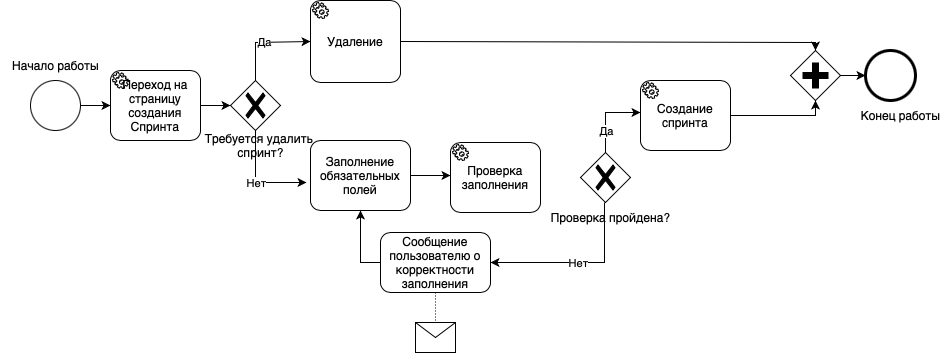
DibrovDru/Architecture.1 keeps this draw.io diagram as images/CreateSprint.png. Above is the earlier version. Source tidied: cells renumbered, new cells last; positions are measured from the earlier drawing's top-left corner, leaving out a move shared by most shapes.
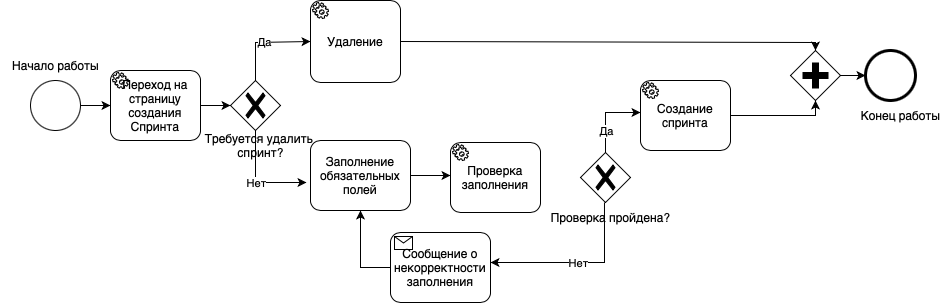
Above is the later version.

The edit, as a diff of the source:
```diff
@@ -89,19 +89,10 @@
     <mxCell id="22" value="Нет" style="edgeLabel;html=1;align=center;verticalAlign=middle;" parent="21" vertex="1">
       <mxGeometry relative="1" as="geometry" />
     </mxCell>
-    <mxCell id="23" style="shape=message;html=1;" parent="1" vertex="1">
-      <mxGeometry x="415" y="322" width="40" height="30" as="geometry" />
-    </mxCell>
-    <mxCell id="24" style="edgeStyle=orthogonalEdgeStyle;html=1;elbow=horizontal;endArrow=none;labelBackgroundColor=none;endSize=12;endFill=0;dashed=1;dashPattern=1 2;exitX=0.5;exitY=1;rounded=0;exitDx=0;exitDy=0;exitPerimeter=0;" parent="1" edge="1" source="25" target="23">
-      <mxGeometry relative="1" as="geometry" />
-    </mxCell>
-    <mxCell id="25" value="Сообщение пользователю о корректности заполнения" style="points=[[0.25,0,0],[0.5,0,0],[0.75,0,0],[1,0.25,0],[1,0.5,0],[1,0.75,0],[0.75,1,0],[0.5,1,0],[0.25,1,0],[0,0.75,0],[0,0.5,0],[0,0.25,0]];shape=mxgraph.bpmn.task;whiteSpace=wrap;rectStyle=rounded;size=10;html=1;taskMarker=abstract;" parent="1" vertex="1">
-      <mxGeometry x="380" y="232" width="110" height="60" as="geometry" />
-    </mxCell>
-    <mxCell id="26" style="endArrow=classic;html=1;rounded=0;exitX=0;exitY=0.5;exitDx=0;exitDy=0;exitPerimeter=0;entryX=0.5;entryY=1;entryDx=0;entryDy=0;entryPerimeter=0;" parent="1" edge="1" source="25" target="14">
+    <mxCell id="26" style="endArrow=classic;html=1;rounded=0;entryX=0.5;entryY=1;entryDx=0;entryDy=0;entryPerimeter=0;" parent="1" edge="1" source="34" target="14">
       <mxGeometry relative="1" as="geometry">
         <Array as="points">
-          <mxPoint x="360" y="262" />
+          <mxPoint x="360" y="267" />
         </Array>
       </mxGeometry>
     </mxCell>
@@ -134,5 +125,8 @@
     <mxCell id="33" value="Конец работы" style="text;html=1;align=center;verticalAlign=middle;strokeColor=none;fillColor=none;" parent="1" vertex="1">
       <mxGeometry x="850" y="100" width="100" height="30" as="geometry" />
     </mxCell>
+    <mxCell id="34" value="Сообщение о некорректности заполнения" style="points=[[0.25,0,0],[0.5,0,0],[0.75,0,0],[1,0.25,0],[1,0.5,0],[1,0.75,0],[0.75,1,0],[0.5,1,0],[0.25,1,0],[0,0.75,0],[0,0.5,0],[0,0.25,0]];shape=mxgraph.bpmn.task;whiteSpace=wrap;rectStyle=rounded;size=10;html=1;taskMarker=receive;" parent="1" vertex="1">
+      <mxGeometry x="390" y="232" width="100" height="70" as="geometry" />
+    </mxCell>
   </root>
 </mxGraphModel>
```
